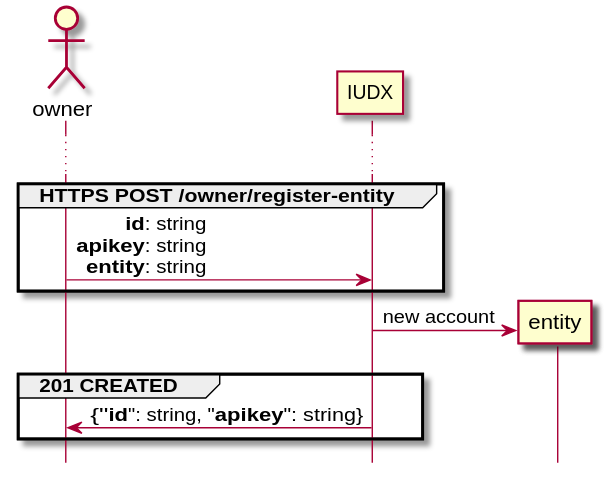
Earlier version of the PlantUML export DOCS/api/register-entity.svg (rbccps-iisc/corinthian).
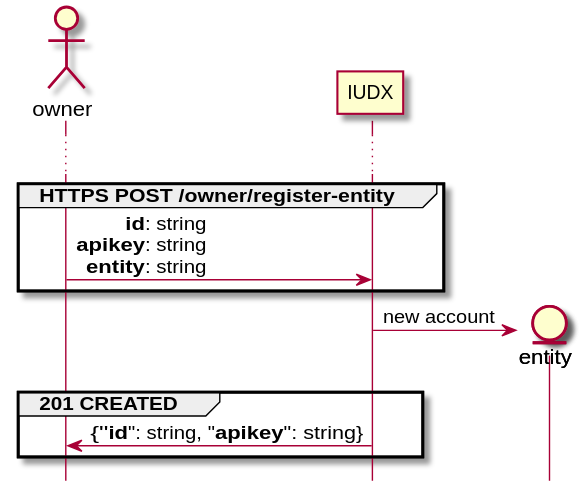
The same diagram one commit later.

Commit message:
[skip travis] update diagrams

Diff of the diagram source:
```diff
@@ -9,7 +9,7 @@
 
 end
 
-create entity
+create entity entity
 IUDX -> entity : new account
 
 group 201 CREATED
```
